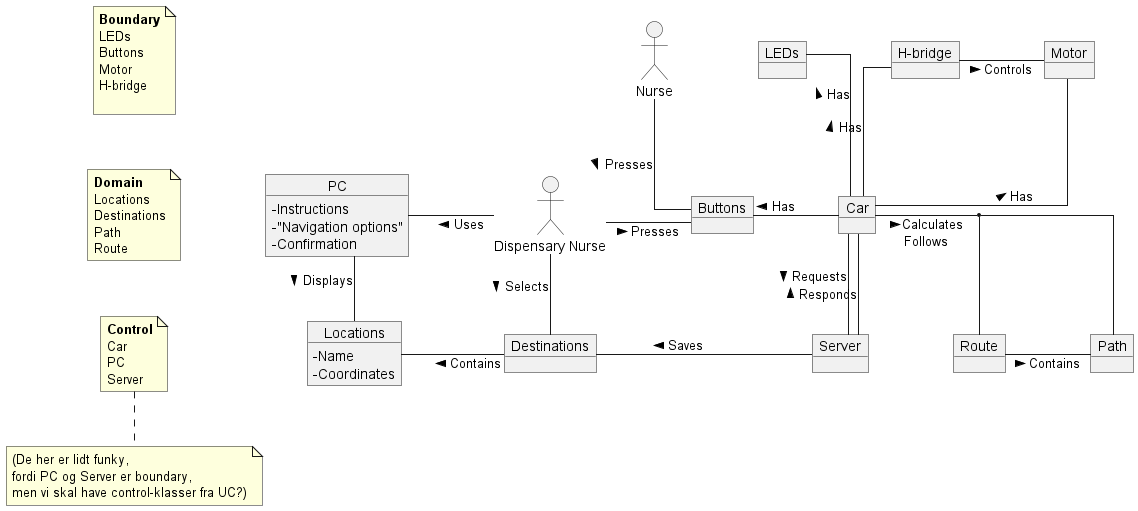
Above: docs/diagrams/out/domain-classes/domain-classes.png in lineklemensen/PRJ3 (PlantUML), before the change. The source it was exported from:
```plantuml
@startuml
!include domain.puml

note as boundary
    **Boundary**
    LEDs
    Buttons
    Motor
    H-bridge

end note

note as control
    **Control**
    Car
    PC
    Server
end note

note as domain
    **Domain**
    Locations
    Destinations
    Path
    Route
end note

note bottom of control
    (De her er lidt funky,
    fordi PC og Server er boundary,
    men vi skal have control-klasser fra UC?)
end note

domain -[hidden]u- boundary
domain -[hidden]d- control

@enduml
```
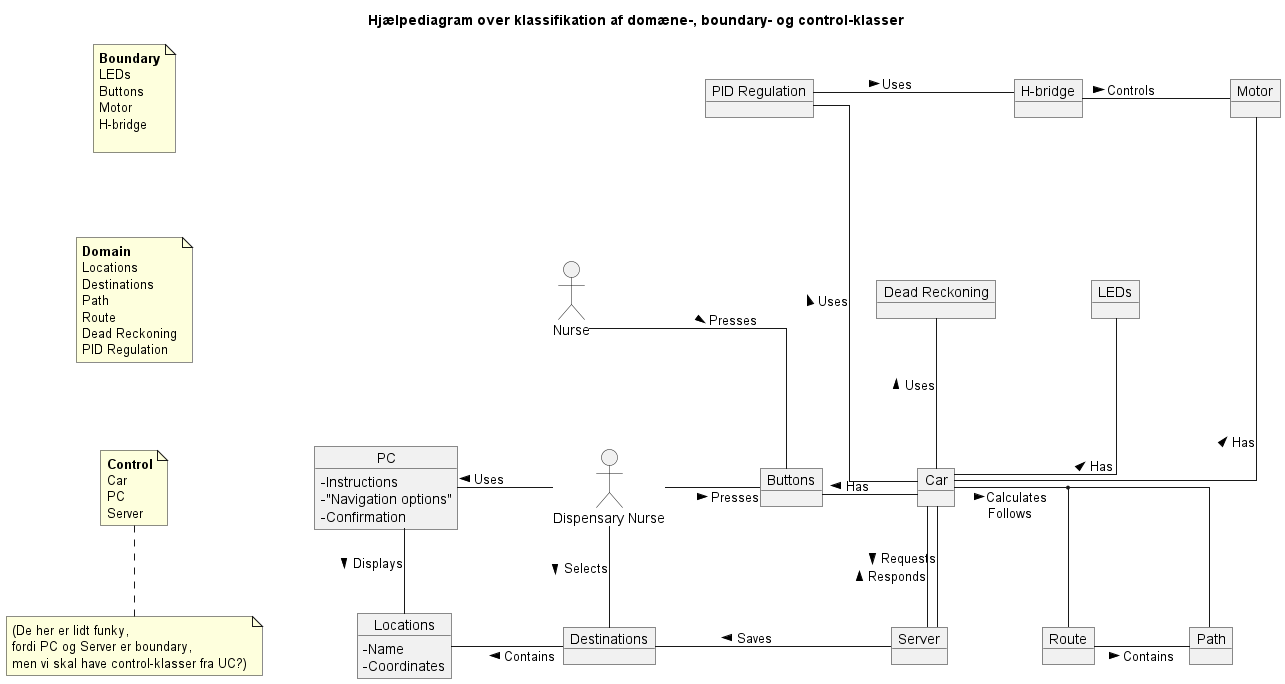
The same diagram one commit later.

Commit message:
Opdaterede diagrammer

What changed in the source:
```diff
@@ -1,5 +1,7 @@
 @startuml
 !include domain.puml
+
+title Hjælpediagram over klassifikation af domæne-, boundary- og control-klasser
 
 note as boundary
     **Boundary**
@@ -23,6 +25,8 @@
     Destinations
     Path
     Route
+    Dead Reckoning
+    PID Regulation
 end note
 
 note bottom of control
```
